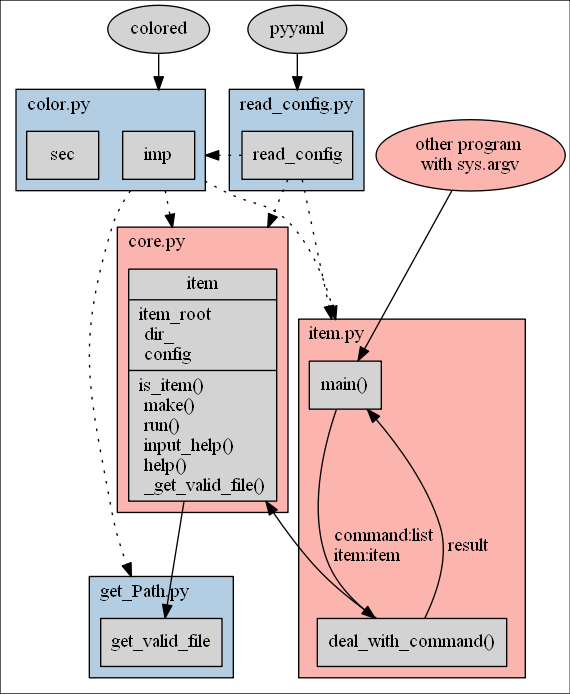
Above: doc/res/programUML.png in PeterlitsZo/item (Graphviz), before the change. Its source is kept beside it as doc/res/programUML.dot.
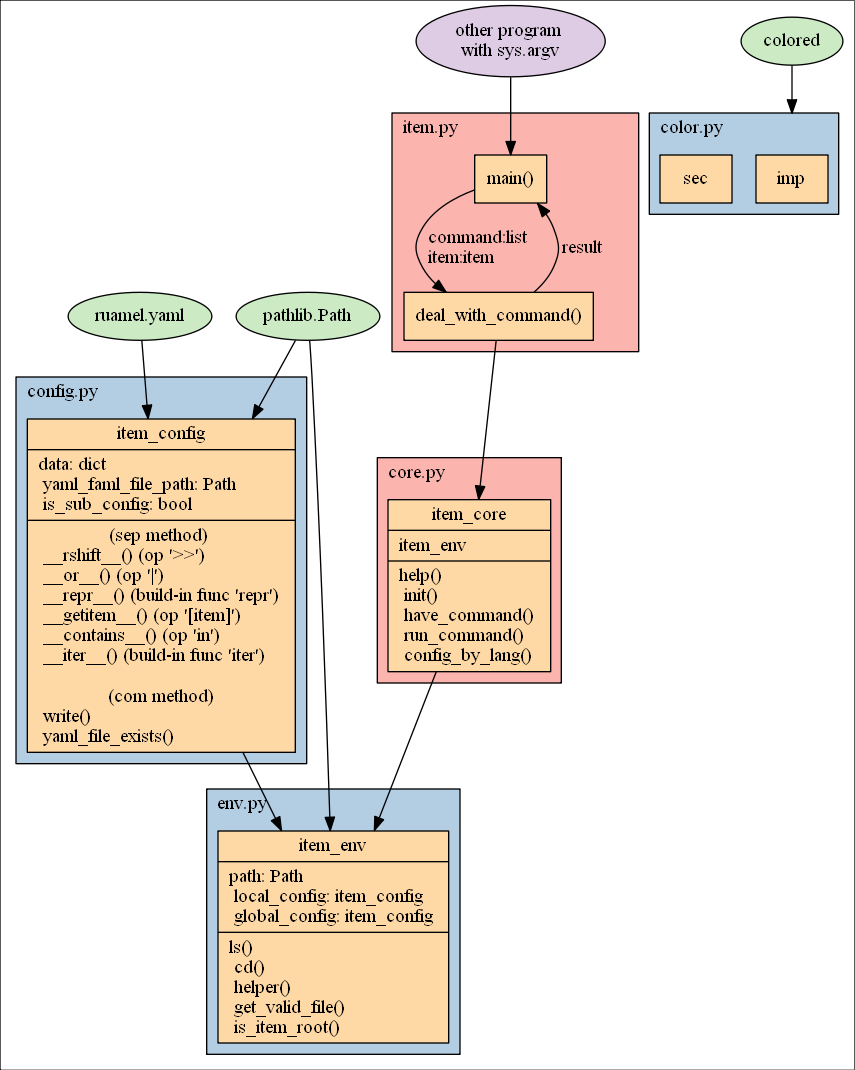
The same file after the commit.

Change to the diagram source:
```diff
@@ -1,25 +1,67 @@
 digraph "classes" {
     charset="utf-8";
-    graph [labeljust = l];
+    graph [labeljust = l, colorscheme=pastel15];
+    node [colorscheme=pastel15, style=filled, fillcolor=5];
     compound=true;
-    colorscheme=pastel13;
-    node [colorscheme=pastel13, style=filled];
+
+    ruamel_yaml [label="ruamel.yaml", fillcolor=3]
+    colored [label="colored", fillcolor=3]
+    pathlib_Path [label="pathlib.Path", fillcolor=3]
+
+    argv [label="other program \nwith sys.argv", fillcolor=4]
 
     subgraph cluster_item{
         main [label="main()", shape="record"];
         deal_with_command [label="deal_with_command()", shape="record"];
         deal_with_command -> main [label=" result"];
-        main -> deal_with_command [label=" command:list\l item:item\l"];
+        main -> deal_with_command [label=" command:list    \l item:item\l"];
         label = "item.py";
         bgcolor = 1;
     }
 
     subgraph cluster_core{
-        item [label="{item|item_root\l dir_\l config\l|
-              is_item()\l make()\l run()\l input_help()\l help()\l
-              _get_valid_file()\l}", shape="record"];
+        item [label="{item_core| item_env
+                        \l| help()
+                         \l init()
+                         \l have_command()
+                         \l run_command()
+                         \l config_by_lang()
+                         \l}", shape="record"];
         label = "core.py"
         bgcolor = 1
+    }
+
+    subgraph cluster_item_env{
+        item_env [label="{item_env| path: Path
+                                 \l local_config: item_config
+                                 \l global_config: item_config
+                                \l| ls()
+                                 \l cd()
+                                 \l helper()
+                                 \l get_valid_file()
+                                 \l is_item_root()
+                                 \l}", shape="record"]
+        label = "env.py";
+        bgcolor = 2;
+    }
+
+    subgraph cluster_config{
+        item_config [label="{item_config| data: dict
+                             \l yaml_faml_file_path: Path
+                             \l is_sub_config: bool
+                            \l| (sep method)
+                             \n __rshift__() (op '\>\>')
+                             \l __or__() (op '\|')
+                             \l __repr__() (build-in func 'repr')
+                             \l __getitem__() (op '[item]')
+                             \l __contains__() (op 'in')
+                             \l __iter__() (build-in func 'iter')
+                           \l\n (com method)
+                             \n write()
+                             \l yaml_file_exists()
+                             \l}", shape=record];
+        label = "config.py";
+        bgcolor = 2;
     }
 
     subgraph cluster_color{
@@ -29,32 +71,13 @@
         bgcolor = 2;
     }
 
-    subgraph cluster_read_config{
-        read_config [label="{read_config}", shape="record"];
-        label = "read_config.py";
-        bgcolor = 2;
-    }
+    ruamel_yaml -> item_config;
+    colored -> imp [lhead=cluster_color];
+    pathlib_Path -> {item_config, item_env};
 
-    subgraph cluster_get_Path{
-        get_valid_file [label="{get_valid_file}", shape="record"];
-        label = "get_Path.py";
-        bgcolor = 2;
-    }
+    item_config -> item_env;
 
-    colored -> imp [lhead=cluster_color];
-    pyyaml -> read_config [lhead=cluster_read_config];
-
-    read_config -> imp [lhead=cluster_color, style=dotted, constraint=false];
-    read_config -> main [lhead=cluster_item, style=dotted];
-    read_config -> item [lhead=cluster_core, style=dotted];
-
-    imp -> main [lhead=cluster_item, ltail=cluster_color, style=dotted];
-    imp -> item [lhead=cluster_core, ltail=cluster_color, style=dotted];
-    imp -> get_valid_file [lhead=cluster_get_Path, ltail=cluster_color, style=dotted];
-
-    item -> get_valid_file;
-
-    "other program \nwith sys.argv" [fillcolor = 1]
-    "other program \nwith sys.argv" -> main;
-    deal_with_command -> item[constraint=false];
+    argv -> main;
+    deal_with_command -> item;
+    item -> item_env;
 }
```
